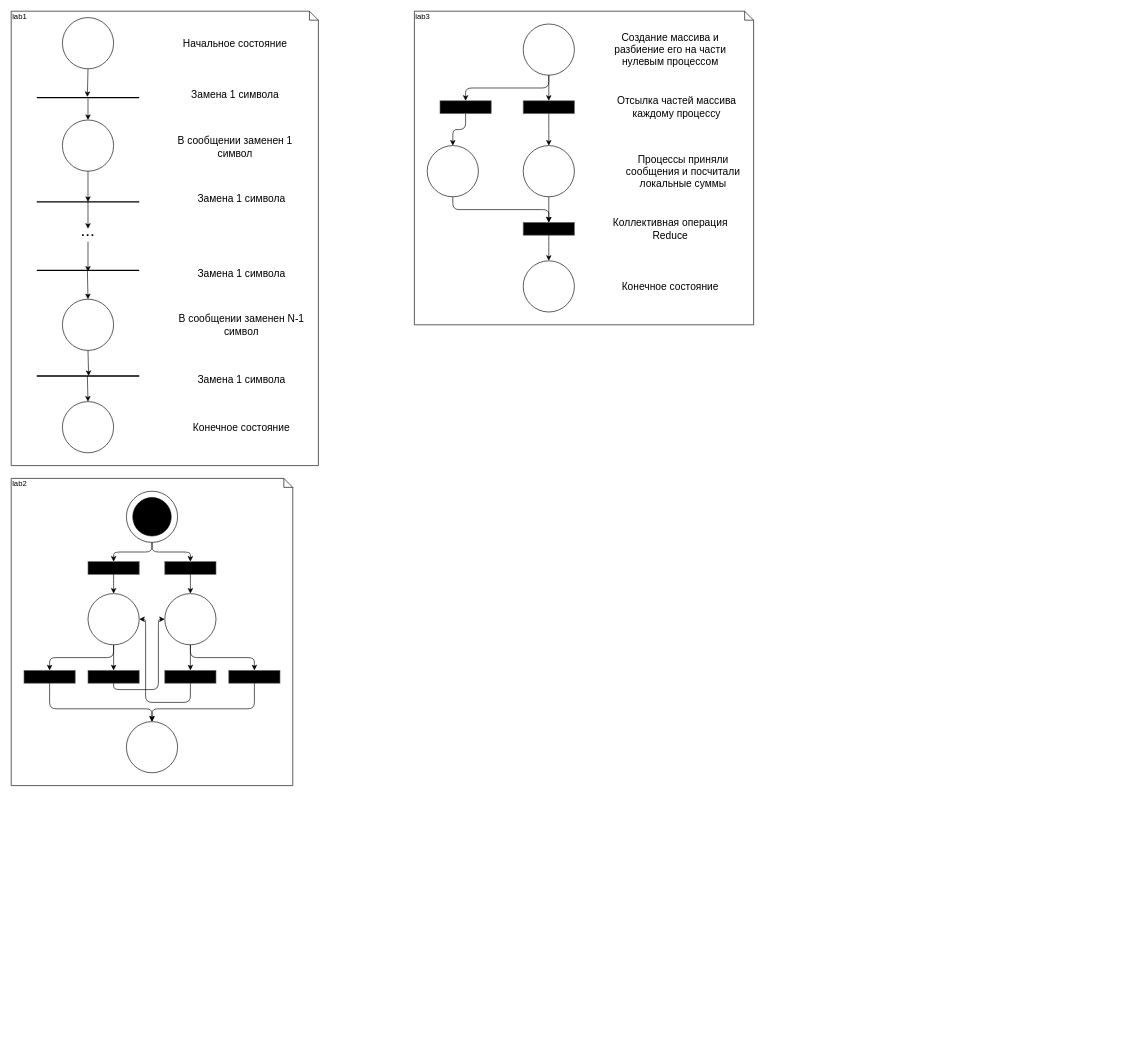
Earlier version of the draw.io diagram ParallelLabs.drawio (Xtail96/LETI_PARALLEL_LABS). Source tidied: cells renumbered, new cells numbered last; positions are measured from the earlier drawing's top-left corner, leaving out a move shared by most shapes. Both pictures are drawn from the tidied source at 64%, with x=0, y=0 at pixel (11, 11).
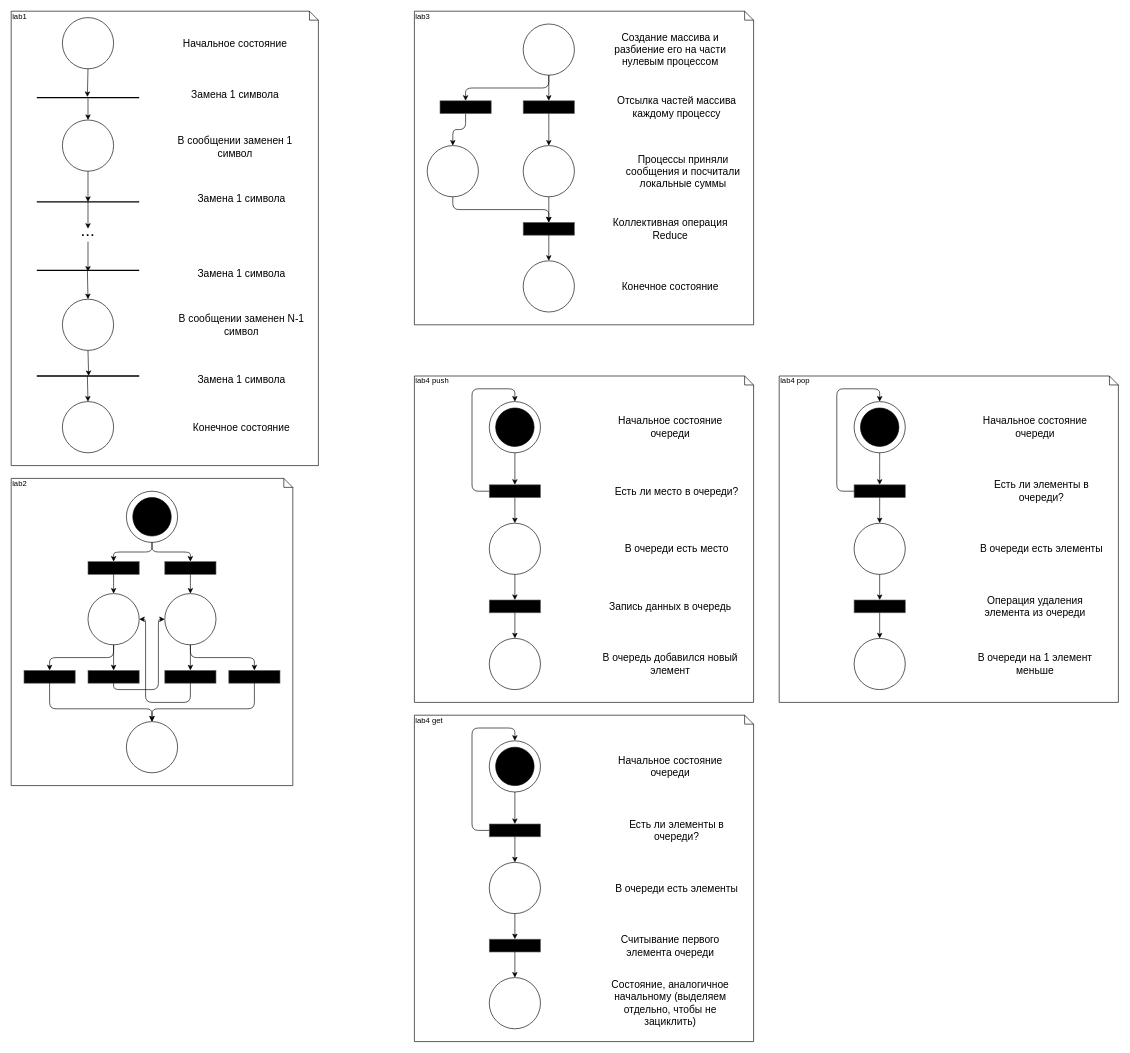
Above is the later version.

Diff of the diagram source:
```diff
@@
+    <mxCell id="76" style="group;" parent="1" vertex="1">
+      <mxGeometry x="630" y="570" width="530" height="510" as="geometry" />
+    </mxCell>
+    <mxCell id="77" value="lab4 push" style="shape=note;whiteSpace=wrap;html=1;size=14;verticalAlign=top;align=left;spacingTop=-6;" parent="76" vertex="1">
+      <mxGeometry width="530" height="510" as="geometry" />
+    </mxCell>
+    <mxCell id="78" style="ellipse;whiteSpace=wrap;html=1;" parent="76" vertex="1">
+      <mxGeometry x="117" y="40" width="80" height="80" as="geometry" />
+    </mxCell>
+    <mxCell id="79" style="rounded=0;whiteSpace=wrap;html=1;fillColor=#000000;strokeColor=#666666;fontColor=#333333;" parent="76" vertex="1">
+      <mxGeometry x="117" y="170" width="80" height="20" as="geometry" />
+    </mxCell>
+    <mxCell id="80" style="edgeStyle=elbowEdgeStyle;elbow=vertical;endArrow=classic;html=1;exitX=0.5;exitY=1;exitDx=0;exitDy=0;entryX=0.5;entryY=0;entryDx=0;entryDy=0;" parent="76" edge="1" source="78" target="79">
+      <mxGeometry relative="1" as="geometry" />
+    </mxCell>
+    <mxCell id="81" style="edgeStyle=segmentEdgeStyle;endArrow=classic;html=1;exitX=0;exitY=0.5;exitDx=0;exitDy=0;entryX=0.5;entryY=0;entryDx=0;entryDy=0;" parent="76" edge="1" source="79" target="78">
+      <mxGeometry relative="1" as="geometry">
+        <Array as="points">
+          <mxPoint x="90" y="180" />
+          <mxPoint x="90" y="20" />
+          <mxPoint x="157" y="20" />
+        </Array>
+      </mxGeometry>
+    </mxCell>
+    <mxCell id="82" style="ellipse;whiteSpace=wrap;html=1;" parent="76" vertex="1">
+      <mxGeometry x="117" y="230" width="80" height="80" as="geometry" />
+    </mxCell>
+    <mxCell id="83" style="rounded=0;whiteSpace=wrap;html=1;fillColor=#000000;strokeColor=#666666;fontColor=#333333;" parent="76" vertex="1">
+      <mxGeometry x="117" y="350" width="80" height="20" as="geometry" />
+    </mxCell>
+    <mxCell id="84" style="ellipse;whiteSpace=wrap;html=1;" parent="76" vertex="1">
+      <mxGeometry x="117" y="410" width="80" height="80" as="geometry" />
+    </mxCell>
+    <mxCell id="85" style="endArrow=classic;html=1;exitX=0.5;exitY=1;exitDx=0;exitDy=0;entryX=0.5;entryY=0;entryDx=0;entryDy=0;" parent="76" edge="1" source="79" target="82">
+      <mxGeometry relative="1" as="geometry" />
+    </mxCell>
+    <mxCell id="86" style="endArrow=classic;html=1;exitX=0.5;exitY=1;exitDx=0;exitDy=0;entryX=0.5;entryY=0;entryDx=0;entryDy=0;" parent="76" edge="1" source="82" target="83">
+      <mxGeometry relative="1" as="geometry" />
+    </mxCell>
+    <mxCell id="87" style="endArrow=classic;html=1;exitX=0.5;exitY=1;exitDx=0;exitDy=0;entryX=0.5;entryY=0;entryDx=0;entryDy=0;" parent="76" edge="1" source="83" target="84">
+      <mxGeometry relative="1" as="geometry" />
+    </mxCell>
+    <mxCell id="88" value="&lt;span style=&quot;font-size: 16px&quot;&gt;В очередь добавился новый элемент&lt;/span&gt;" style="text;html=1;strokeColor=none;fillColor=none;align=center;verticalAlign=middle;whiteSpace=wrap;rounded=0;" parent="76" vertex="1">
+      <mxGeometry x="290" y="430" width="220" height="40" as="geometry" />
+    </mxCell>
+    <mxCell id="89" value="&lt;span style=&quot;font-size: 16px&quot;&gt;В очереди есть место&lt;/span&gt;" style="text;html=1;strokeColor=none;fillColor=none;align=center;verticalAlign=middle;whiteSpace=wrap;rounded=0;" parent="76" vertex="1">
+      <mxGeometry x="300" y="250" width="220" height="40" as="geometry" />
+    </mxCell>
+    <mxCell id="90" value="&lt;span style=&quot;font-size: 16px&quot;&gt;Начальное состояние очереди&lt;/span&gt;" style="text;html=1;strokeColor=none;fillColor=none;align=center;verticalAlign=middle;whiteSpace=wrap;rounded=0;" parent="76" vertex="1">
+      <mxGeometry x="290" y="60" width="220" height="40" as="geometry" />
+    </mxCell>
+    <mxCell id="91" style="ellipse;whiteSpace=wrap;html=1;fillColor=#000000;" parent="76" vertex="1">
+      <mxGeometry x="127" y="50" width="60" height="60" as="geometry" />
+    </mxCell>
+    <mxCell id="92" value="&lt;span style=&quot;font-size: 16px&quot;&gt;Есть ли место в очереди?&lt;/span&gt;" style="text;html=1;strokeColor=none;fillColor=none;align=center;verticalAlign=middle;whiteSpace=wrap;rounded=0;" parent="76" vertex="1">
+      <mxGeometry x="300" y="160" width="220" height="40" as="geometry" />
+    </mxCell>
+    <mxCell id="93" value="&lt;span style=&quot;font-size: 16px&quot;&gt;Запись данных в очередь&lt;/span&gt;" style="text;html=1;strokeColor=none;fillColor=none;align=center;verticalAlign=middle;whiteSpace=wrap;rounded=0;" parent="76" vertex="1">
+      <mxGeometry x="290" y="340" width="220" height="40" as="geometry" />
+    </mxCell>
+    <mxCell id="94" style="group;" parent="1" vertex="1">
+      <mxGeometry x="1200" y="570" width="530" height="510" as="geometry" />
+    </mxCell>
+    <mxCell id="95" style="group;" parent="94" vertex="1">
+      <mxGeometry width="530" height="510" as="geometry" />
+    </mxCell>
+    <mxCell id="96" value="lab4 pop" style="shape=note;whiteSpace=wrap;html=1;size=14;verticalAlign=top;align=left;spacingTop=-6;" parent="95" vertex="1">
+      <mxGeometry width="530" height="510" as="geometry" />
+    </mxCell>
+    <mxCell id="97" style="ellipse;whiteSpace=wrap;html=1;" parent="95" vertex="1">
+      <mxGeometry x="117" y="40" width="80" height="80" as="geometry" />
+    </mxCell>
+    <mxCell id="98" style="rounded=0;whiteSpace=wrap;html=1;fillColor=#000000;strokeColor=#666666;fontColor=#333333;" parent="95" vertex="1">
+      <mxGeometry x="117" y="170" width="80" height="20" as="geometry" />
+    </mxCell>
+    <mxCell id="99" style="edgeStyle=elbowEdgeStyle;elbow=vertical;endArrow=classic;html=1;exitX=0.5;exitY=1;exitDx=0;exitDy=0;entryX=0.5;entryY=0;entryDx=0;entryDy=0;" parent="95" edge="1" source="97" target="98">
+      <mxGeometry relative="1" as="geometry" />
+    </mxCell>
+    <mxCell id="100" style="edgeStyle=segmentEdgeStyle;endArrow=classic;html=1;exitX=0;exitY=0.5;exitDx=0;exitDy=0;entryX=0.5;entryY=0;entryDx=0;entryDy=0;" parent="95" edge="1" source="98" target="97">
+      <mxGeometry relative="1" as="geometry">
+        <Array as="points">
+          <mxPoint x="90" y="180" />
+          <mxPoint x="90" y="20" />
+          <mxPoint x="157" y="20" />
+        </Array>
+      </mxGeometry>
+    </mxCell>
+    <mxCell id="101" style="ellipse;whiteSpace=wrap;html=1;" parent="95" vertex="1">
+      <mxGeometry x="117" y="230" width="80" height="80" as="geometry" />
+    </mxCell>
+    <mxCell id="102" style="rounded=0;whiteSpace=wrap;html=1;fillColor=#000000;strokeColor=#666666;fontColor=#333333;" parent="95" vertex="1">
+      <mxGeometry x="117" y="350" width="80" height="20" as="geometry" />
+    </mxCell>
+    <mxCell id="103" style="ellipse;whiteSpace=wrap;html=1;" parent="95" vertex="1">
+      <mxGeometry x="117" y="410" width="80" height="80" as="geometry" />
+    </mxCell>
+    <mxCell id="104" style="endArrow=classic;html=1;exitX=0.5;exitY=1;exitDx=0;exitDy=0;entryX=0.5;entryY=0;entryDx=0;entryDy=0;" parent="95" edge="1" source="98" target="101">
+      <mxGeometry relative="1" as="geometry" />
+    </mxCell>
+    <mxCell id="105" style="endArrow=classic;html=1;exitX=0.5;exitY=1;exitDx=0;exitDy=0;entryX=0.5;entryY=0;entryDx=0;entryDy=0;" parent="95" edge="1" source="101" target="102">
+      <mxGeometry relative="1" as="geometry" />
+    </mxCell>
+    <mxCell id="106" style="endArrow=classic;html=1;exitX=0.5;exitY=1;exitDx=0;exitDy=0;entryX=0.5;entryY=0;entryDx=0;entryDy=0;" parent="95" edge="1" source="102" target="103">
+      <mxGeometry relative="1" as="geometry" />
+    </mxCell>
+    <mxCell id="107" value="&lt;span style=&quot;font-size: 16px&quot;&gt;В очереди на 1 элемент меньше&lt;/span&gt;" style="text;html=1;strokeColor=none;fillColor=none;align=center;verticalAlign=middle;whiteSpace=wrap;rounded=0;" parent="95" vertex="1">
+      <mxGeometry x="290" y="430" width="220" height="40" as="geometry" />
+    </mxCell>
+    <mxCell id="108" value="&lt;span style=&quot;font-size: 16px&quot;&gt;В очереди есть элементы&lt;/span&gt;" style="text;html=1;strokeColor=none;fillColor=none;align=center;verticalAlign=middle;whiteSpace=wrap;rounded=0;" parent="95" vertex="1">
+      <mxGeometry x="300" y="250" width="220" height="40" as="geometry" />
+    </mxCell>
+    <mxCell id="109" value="&lt;span style=&quot;font-size: 16px&quot;&gt;Начальное состояние очереди&lt;/span&gt;" style="text;html=1;strokeColor=none;fillColor=none;align=center;verticalAlign=middle;whiteSpace=wrap;rounded=0;" parent="95" vertex="1">
+      <mxGeometry x="290" y="60" width="220" height="40" as="geometry" />
+    </mxCell>
+    <mxCell id="110" style="ellipse;whiteSpace=wrap;html=1;fillColor=#000000;" parent="95" vertex="1">
+      <mxGeometry x="127" y="50" width="60" height="60" as="geometry" />
+    </mxCell>
+    <mxCell id="111" value="&lt;span style=&quot;font-size: 16px&quot;&gt;Есть ли элементы в очереди?&lt;/span&gt;" style="text;html=1;strokeColor=none;fillColor=none;align=center;verticalAlign=middle;whiteSpace=wrap;rounded=0;" parent="95" vertex="1">
+      <mxGeometry x="300" y="160" width="220" height="40" as="geometry" />
+    </mxCell>
+    <mxCell id="112" value="&lt;span style=&quot;font-size: 16px&quot;&gt;Операция удаления элемента из очереди&lt;/span&gt;" style="text;html=1;strokeColor=none;fillColor=none;align=center;verticalAlign=middle;whiteSpace=wrap;rounded=0;" parent="95" vertex="1">
+      <mxGeometry x="290" y="340" width="220" height="40" as="geometry" />
+    </mxCell>
+    <mxCell id="113" style="group;" parent="1" vertex="1">
+      <mxGeometry x="630" y="1100" width="530" height="510" as="geometry" />
+    </mxCell>
+    <mxCell id="114" value="lab4 get" style="shape=note;whiteSpace=wrap;html=1;size=14;verticalAlign=top;align=left;spacingTop=-6;" parent="113" vertex="1">
+      <mxGeometry width="530" height="510" as="geometry" />
+    </mxCell>
+    <mxCell id="115" style="ellipse;whiteSpace=wrap;html=1;" parent="113" vertex="1">
+      <mxGeometry x="117" y="40" width="80" height="80" as="geometry" />
+    </mxCell>
+    <mxCell id="116" style="rounded=0;whiteSpace=wrap;html=1;fillColor=#000000;strokeColor=#666666;fontColor=#333333;" parent="113" vertex="1">
+      <mxGeometry x="117" y="170" width="80" height="20" as="geometry" />
+    </mxCell>
+    <mxCell id="117" style="edgeStyle=elbowEdgeStyle;elbow=vertical;endArrow=classic;html=1;exitX=0.5;exitY=1;exitDx=0;exitDy=0;entryX=0.5;entryY=0;entryDx=0;entryDy=0;" parent="113" edge="1" source="115" target="116">
+      <mxGeometry relative="1" as="geometry" />
+    </mxCell>
+    <mxCell id="118" style="edgeStyle=segmentEdgeStyle;endArrow=classic;html=1;exitX=0;exitY=0.5;exitDx=0;exitDy=0;entryX=0.5;entryY=0;entryDx=0;entryDy=0;" parent="113" edge="1" source="116" target="115">
+      <mxGeometry relative="1" as="geometry">
+        <Array as="points">
+          <mxPoint x="90" y="180" />
+          <mxPoint x="90" y="20" />
+          <mxPoint x="157" y="20" />
+        </Array>
+      </mxGeometry>
+    </mxCell>
+    <mxCell id="119" style="ellipse;whiteSpace=wrap;html=1;" parent="113" vertex="1">
+      <mxGeometry x="117" y="230" width="80" height="80" as="geometry" />
+    </mxCell>
+    <mxCell id="120" style="rounded=0;whiteSpace=wrap;html=1;fillColor=#000000;strokeColor=#666666;fontColor=#333333;" parent="113" vertex="1">
+      <mxGeometry x="117" y="350" width="80" height="20" as="geometry" />
+    </mxCell>
+    <mxCell id="121" style="ellipse;whiteSpace=wrap;html=1;" parent="113" vertex="1">
+      <mxGeometry x="117" y="410" width="80" height="80" as="geometry" />
+    </mxCell>
+    <mxCell id="122" style="endArrow=classic;html=1;exitX=0.5;exitY=1;exitDx=0;exitDy=0;entryX=0.5;entryY=0;entryDx=0;entryDy=0;" parent="113" edge="1" source="116" target="119">
+      <mxGeometry relative="1" as="geometry" />
+    </mxCell>
+    <mxCell id="123" style="endArrow=classic;html=1;exitX=0.5;exitY=1;exitDx=0;exitDy=0;entryX=0.5;entryY=0;entryDx=0;entryDy=0;" parent="113" edge="1" source="119" target="120">
+      <mxGeometry relative="1" as="geometry" />
+    </mxCell>
+    <mxCell id="124" style="endArrow=classic;html=1;exitX=0.5;exitY=1;exitDx=0;exitDy=0;entryX=0.5;entryY=0;entryDx=0;entryDy=0;" parent="113" edge="1" source="120" target="121">
+      <mxGeometry relative="1" as="geometry" />
+    </mxCell>
+    <mxCell id="125" value="&lt;span style=&quot;font-size: 16px&quot;&gt;В очереди есть элементы&lt;/span&gt;" style="text;html=1;strokeColor=none;fillColor=none;align=center;verticalAlign=middle;whiteSpace=wrap;rounded=0;" parent="113" vertex="1">
+      <mxGeometry x="300" y="250" width="220" height="40" as="geometry" />
+    </mxCell>
+    <mxCell id="126" value="&lt;span style=&quot;font-size: 16px&quot;&gt;Начальное состояние очереди&lt;/span&gt;" style="text;html=1;strokeColor=none;fillColor=none;align=center;verticalAlign=middle;whiteSpace=wrap;rounded=0;" parent="113" vertex="1">
+      <mxGeometry x="290" y="60" width="220" height="40" as="geometry" />
+    </mxCell>
+    <mxCell id="127" style="ellipse;whiteSpace=wrap;html=1;fillColor=#000000;" parent="113" vertex="1">
+      <mxGeometry x="127" y="50" width="60" height="60" as="geometry" />
+    </mxCell>
+    <mxCell id="128" value="&lt;span style=&quot;font-size: 16px&quot;&gt;Есть ли элементы в очереди?&lt;/span&gt;" style="text;html=1;strokeColor=none;fillColor=none;align=center;verticalAlign=middle;whiteSpace=wrap;rounded=0;" parent="113" vertex="1">
+      <mxGeometry x="300" y="160" width="220" height="40" as="geometry" />
+    </mxCell>
+    <mxCell id="129" value="&lt;span style=&quot;font-size: 16px&quot;&gt;Считывание первого элемента очереди&lt;/span&gt;" style="text;html=1;strokeColor=none;fillColor=none;align=center;verticalAlign=middle;whiteSpace=wrap;rounded=0;" parent="113" vertex="1">
+      <mxGeometry x="290" y="340" width="220" height="40" as="geometry" />
+    </mxCell>
+    <mxCell id="130" value="&lt;span style=&quot;font-size: 16px&quot;&gt;Состояние, аналогичное начальному (выделяем отдельно, чтобы не зациклить)&lt;/span&gt;" style="text;html=1;strokeColor=none;fillColor=none;align=center;verticalAlign=middle;whiteSpace=wrap;rounded=0;" parent="113" vertex="1">
+      <mxGeometry x="290" y="430" width="220" height="40" as="geometry" />
+    </mxCell>
```
